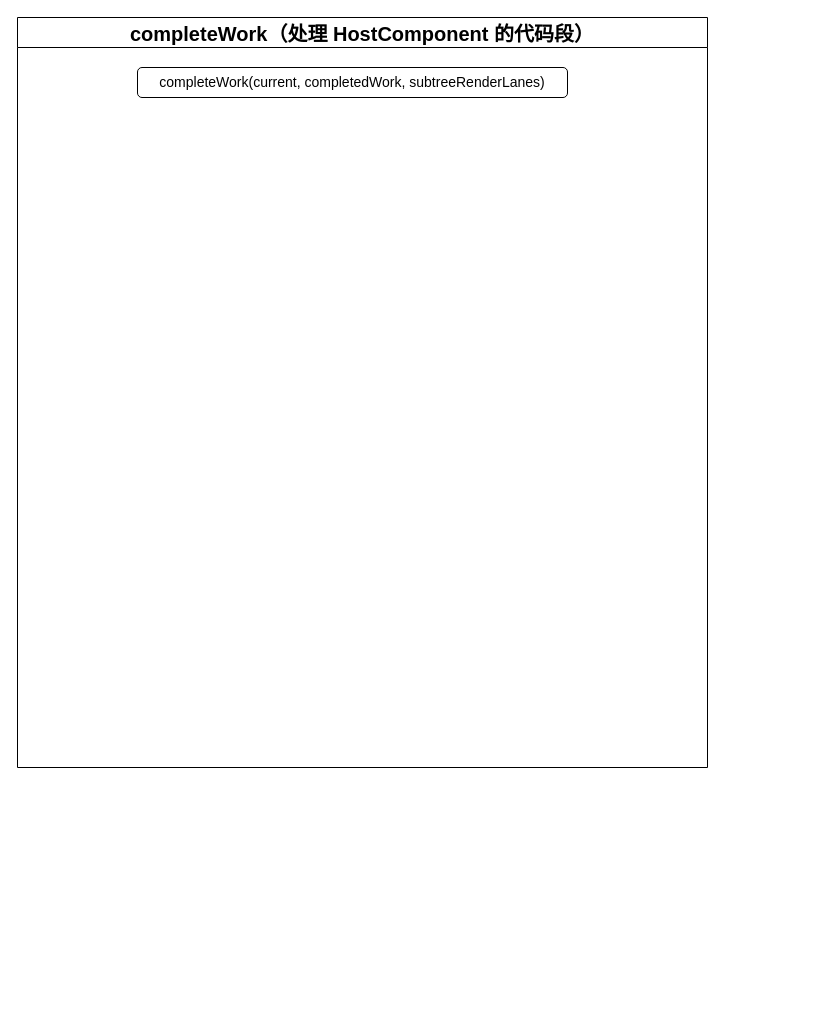
This is react 源码解析 - completeWork.drawio from Array-Huang/blog, a draw.io file, before an edit. Source tidied: cells renumbered, new cells numbered last; positions are measured from the earlier drawing's top-left corner, leaving out a move shared by most shapes. Both pictures are drawn from the tidied source at 100%, with x=0, y=0 at pixel (17, 17).
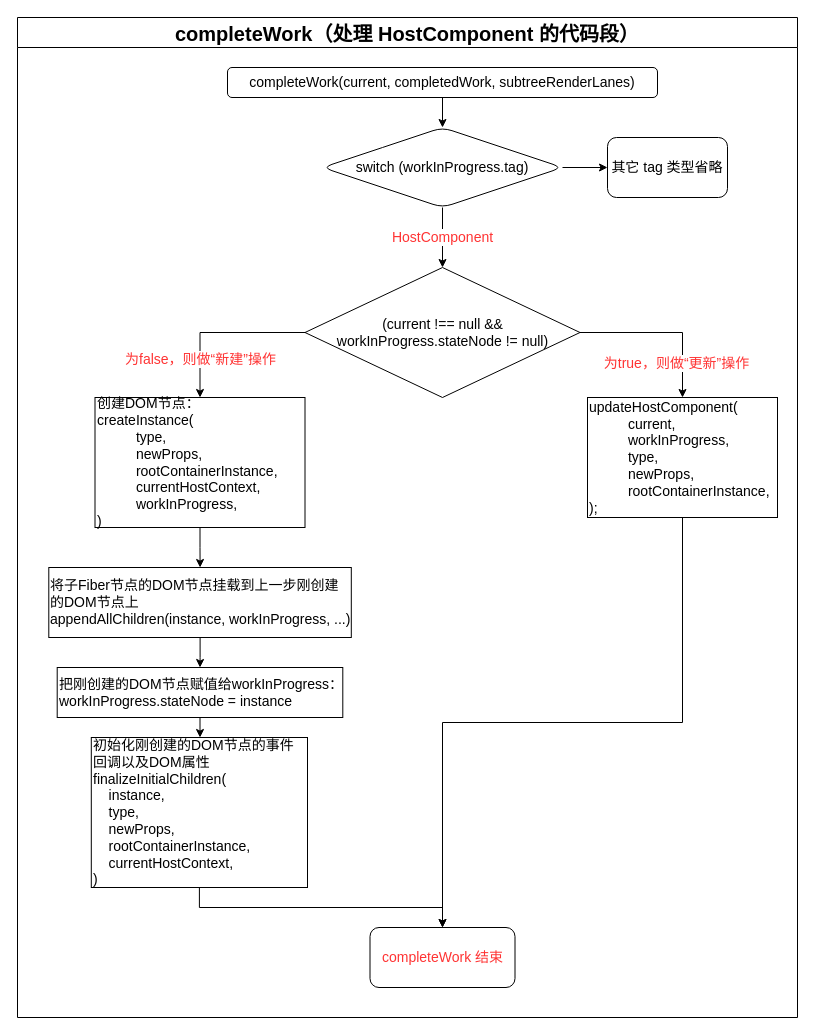
The same page after the edit.

Commit message (it also covers changes not shown here):
更新react 源码解析 - completeWork.drawio

The edit, as a diff of the source:
```diff
@@
-    <mxCell id="2" value="completeWork（处理 HostComponent 的代码段）" style="swimlane;fontSize=20;startSize=30;" parent="1" vertex="1">
-      <mxGeometry width="690" height="750" as="geometry" />
+    <mxCell id="2" value="completeWork（处理 HostComponent 的代码段）" style="swimlane;fontSize=20;startSize=30;align=center;" parent="1" vertex="1">
+      <mxGeometry width="780" height="1000" as="geometry" />
     </mxCell>
+    <mxCell id="4" style="edgeStyle=orthogonalEdgeStyle;rounded=0;jettySize=auto;html=1;fontSize=14;" parent="2" edge="1" source="3" target="7">
+      <mxGeometry relative="1" as="geometry" />
+    </mxCell>
     <mxCell id="3" value="completeWork(current, completedWork, subtreeRenderLanes)" style="rounded=1;whiteSpace=wrap;html=1;fontSize=14;" parent="2" vertex="1">
-      <mxGeometry x="120" y="50" width="430" height="30" as="geometry" />
+      <mxGeometry x="210" y="50" width="430" height="30" as="geometry" />
     </mxCell>
+    <mxCell id="5" style="edgeStyle=orthogonalEdgeStyle;rounded=0;jettySize=auto;html=1;fontSize=14;exitX=1;exitY=0.5;exitDx=0;exitDy=0;" parent="2" edge="1" source="7" target="8">
+      <mxGeometry relative="1" as="geometry" />
+    </mxCell>
+    <mxCell id="6" value="&lt;font color=&quot;#ff3333&quot;&gt;HostComponent&lt;/font&gt;" style="edgeStyle=orthogonalEdgeStyle;rounded=0;jettySize=auto;html=1;fontSize=14;entryX=0.5;entryY=0;entryDx=0;entryDy=0;" parent="2" edge="1" source="7" target="9">
+      <mxGeometry relative="1" as="geometry" />
+    </mxCell>
+    <mxCell id="7" value="switch (workInProgress.tag)" style="rhombus;whiteSpace=wrap;html=1;rounded=1;fontSize=14;" parent="2" vertex="1">
+      <mxGeometry x="305" y="110" width="240" height="80" as="geometry" />
+    </mxCell>
+    <mxCell id="8" value="其它 tag 类型省略" style="whiteSpace=wrap;html=1;rounded=1;fontSize=14;" parent="2" vertex="1">
+      <mxGeometry x="590" y="120" width="120" height="60" as="geometry" />
+    </mxCell>
+    <mxCell id="9" value="&lt;span&gt;(current !== null &amp;amp;&amp;amp; workInProgress.stateNode != null)&lt;/span&gt;" style="rhombus;whiteSpace=wrap;html=1;fontSize=14;spacing=24;spacingTop=0;spacingLeft=0;spacingRight=0;" parent="2" vertex="1">
+      <mxGeometry x="287.5" y="250" width="275" height="130" as="geometry" />
+    </mxCell>
+    <mxCell id="10" value="&lt;div&gt;updateHostComponent(&lt;/div&gt;&lt;div&gt;&amp;nbsp; &amp;nbsp; &amp;nbsp; &amp;nbsp; &amp;nbsp; current,&lt;/div&gt;&lt;div&gt;&amp;nbsp; &amp;nbsp; &amp;nbsp; &amp;nbsp; &amp;nbsp; workInProgress,&lt;/div&gt;&lt;div&gt;&amp;nbsp; &amp;nbsp; &amp;nbsp; &amp;nbsp; &amp;nbsp; type,&lt;/div&gt;&lt;div&gt;&amp;nbsp; &amp;nbsp; &amp;nbsp; &amp;nbsp; &amp;nbsp; newProps,&lt;/div&gt;&lt;div&gt;&amp;nbsp; &amp;nbsp; &amp;nbsp; &amp;nbsp; &amp;nbsp; rootContainerInstance,&lt;/div&gt;&lt;div&gt;);&lt;/div&gt;" style="whiteSpace=wrap;html=1;fontSize=14;align=left;" parent="2" vertex="1">
+      <mxGeometry x="570" y="380" width="190" height="120" as="geometry" />
+    </mxCell>
+    <mxCell id="11" style="edgeStyle=orthogonalEdgeStyle;rounded=0;jettySize=auto;html=1;fontSize=14;entryX=0.5;entryY=0;entryDx=0;entryDy=0;" parent="2" edge="1" source="9" target="10">
+      <mxGeometry relative="1" as="geometry" />
+    </mxCell>
+    <mxCell id="12" value="为true，则做“更新”操作" style="edgeLabel;html=1;align=center;verticalAlign=middle;fontSize=14;fontColor=#FF3333;" parent="11" vertex="1">
+      <mxGeometry x="-0.47" y="-1" relative="1" as="geometry">
+        <mxPoint x="52" y="29" as="offset" />
+      </mxGeometry>
+    </mxCell>
+    <mxCell id="13" value="&lt;div&gt;创建DOM节点：&lt;/div&gt;&lt;div&gt;createInstance(&lt;/div&gt;&lt;div&gt;&amp;nbsp; &amp;nbsp; &amp;nbsp; &amp;nbsp; &amp;nbsp; type,&lt;/div&gt;&lt;div&gt;&amp;nbsp; &amp;nbsp; &amp;nbsp; &amp;nbsp; &amp;nbsp; newProps,&lt;/div&gt;&lt;div&gt;&amp;nbsp; &amp;nbsp; &amp;nbsp; &amp;nbsp; &amp;nbsp; rootContainerInstance,&lt;/div&gt;&lt;div&gt;&amp;nbsp; &amp;nbsp; &amp;nbsp; &amp;nbsp; &amp;nbsp; currentHostContext,&lt;/div&gt;&lt;div&gt;&amp;nbsp; &amp;nbsp; &amp;nbsp; &amp;nbsp; &amp;nbsp; workInProgress,&lt;/div&gt;&lt;div&gt;)&lt;/div&gt;" style="whiteSpace=wrap;html=1;fontSize=14;align=left;" parent="2" vertex="1">
+      <mxGeometry x="77.5" y="380" width="210" height="130" as="geometry" />
+    </mxCell>
+    <mxCell id="14" style="edgeStyle=orthogonalEdgeStyle;rounded=0;jettySize=auto;html=1;fontSize=14;fontColor=#FF3333;exitX=0;exitY=0.5;exitDx=0;exitDy=0;entryX=0.5;entryY=0;entryDx=0;entryDy=0;" parent="2" edge="1" source="9" target="13">
+      <mxGeometry relative="1" as="geometry" />
+    </mxCell>
+    <mxCell id="15" value="为false，则做“新建”操作" style="edgeLabel;html=1;align=center;verticalAlign=middle;fontSize=14;fontColor=#FF3333;" parent="14" vertex="1">
+      <mxGeometry x="0.54" relative="1" as="geometry" />
+    </mxCell>
+    <mxCell id="16" value="将子Fiber节点的DOM节点挂载到上一步刚创建的DOM节点上&lt;br&gt;appendAllChildren(instance, workInProgress, ...)" style="whiteSpace=wrap;html=1;fontSize=14;align=left;" parent="2" vertex="1">
+      <mxGeometry x="31.3" y="550" width="302.5" height="70" as="geometry" />
+    </mxCell>
+    <mxCell id="17" style="edgeStyle=orthogonalEdgeStyle;rounded=0;jettySize=auto;html=1;fontSize=14;fontColor=#FF3333;" parent="2" edge="1" source="13" target="16">
+      <mxGeometry relative="1" as="geometry" />
+    </mxCell>
+    <mxCell id="18" value="把刚创建的DOM节点赋值给workInProgress：workInProgress.stateNode = instance" style="whiteSpace=wrap;html=1;fontSize=14;align=left;" parent="2" vertex="1">
+      <mxGeometry x="39.7" y="650" width="285.6" height="50" as="geometry" />
+    </mxCell>
+    <mxCell id="19" style="edgeStyle=orthogonalEdgeStyle;rounded=0;jettySize=auto;html=1;fontSize=14;fontColor=#FF3333;" parent="2" edge="1" source="16" target="18">
+      <mxGeometry relative="1" as="geometry" />
+    </mxCell>
+    <mxCell id="20" style="edgeStyle=orthogonalEdgeStyle;rounded=0;jettySize=auto;html=1;exitX=0.5;exitY=1;exitDx=0;exitDy=0;fontSize=14;fontColor=#FF3333;" parent="2" edge="1" source="21" target="23">
+      <mxGeometry relative="1" as="geometry" />
+    </mxCell>
+    <mxCell id="21" value="&lt;div&gt;初始化刚创建的DOM节点的事件回调以及DOM属性&lt;/div&gt;&lt;div&gt;finalizeInitialChildren(&lt;/div&gt;&lt;div&gt;&amp;nbsp; &amp;nbsp; instance,&lt;/div&gt;&lt;div&gt;&amp;nbsp; &amp;nbsp; type,&lt;/div&gt;&lt;div&gt;&amp;nbsp; &amp;nbsp; newProps,&lt;/div&gt;&lt;div&gt;&amp;nbsp; &amp;nbsp; rootContainerInstance,&lt;/div&gt;&lt;div&gt;&amp;nbsp; &amp;nbsp; currentHostContext,&lt;/div&gt;&lt;div&gt;)&lt;/div&gt;" style="whiteSpace=wrap;html=1;fontSize=14;align=left;" parent="2" vertex="1">
+      <mxGeometry x="73.8" y="720" width="216.2" height="150" as="geometry" />
+    </mxCell>
+    <mxCell id="22" style="edgeStyle=orthogonalEdgeStyle;rounded=0;jettySize=auto;html=1;fontSize=14;fontColor=#FF3333;" parent="2" edge="1" source="18" target="21">
+      <mxGeometry relative="1" as="geometry" />
+    </mxCell>
+    <mxCell id="23" value="completeWork 结束" style="rounded=1;whiteSpace=wrap;html=1;fontSize=14;fontColor=#FF3333;align=center;" parent="2" vertex="1">
+      <mxGeometry x="352.5" y="910" width="145" height="60" as="geometry" />
+    </mxCell>
+    <mxCell id="24" style="edgeStyle=orthogonalEdgeStyle;rounded=0;jettySize=auto;html=1;exitX=0.5;exitY=1;exitDx=0;exitDy=0;fontSize=14;fontColor=#FF3333;entryX=0.5;entryY=0;entryDx=0;entryDy=0;" parent="2" edge="1" source="10" target="23">
+      <mxGeometry relative="1" as="geometry" />
+    </mxCell>
```
